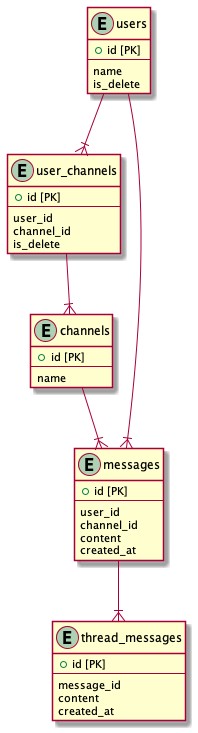
Above: 02/db_modeling2.png in tasdsn/praha (PlantUML), before the change. Its diagram source:
```plantuml
@startuml

entity users {
  + id [PK]
  --
  name
  is_delete
}

entity user_channels {
  + id [PK]
  --
  user_id
  channel_id
  is_delete
}

entity channels {
  + id [PK]
  --
  name
}

entity messages {
  + id [PK]
  --
  user_id
  channel_id
  content
  created_at
}

entity thread_messages {
  + id [PK]
  --
  message_id
  content
  created_at
}

users          --|{ user_channels
user_channels  --|{ channels
channels       --|{ messages
messages       --|{ thread_messages
users          --|{ messages


@enduml
```
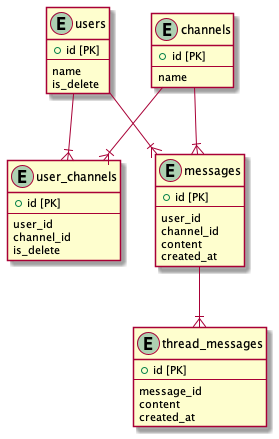
The same diagram one commit later.

The edit, as a diff of the source:
```diff
@@ -39,7 +39,7 @@
 }
 
 users          --|{ user_channels
-user_channels  --|{ channels
+channels       --|{ user_channels
 channels       --|{ messages
 messages       --|{ thread_messages
 users          --|{ messages
```
